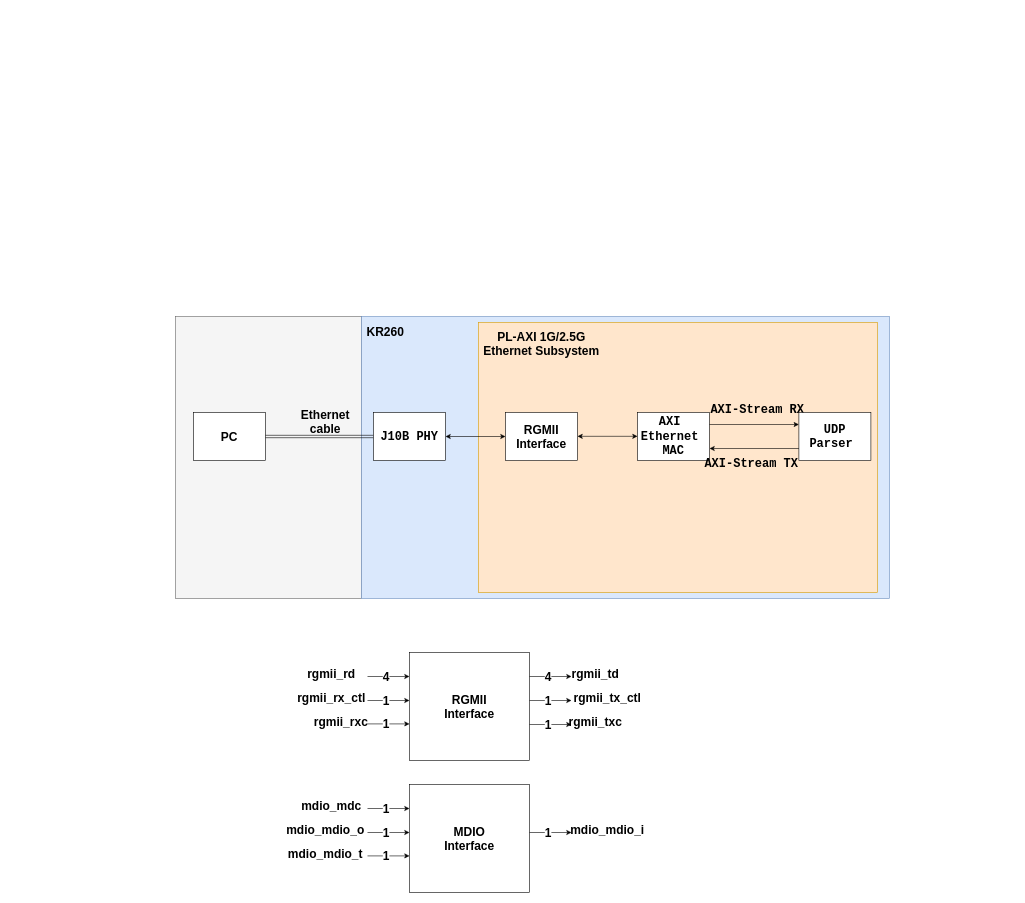
The draw.io diagram PL Ethernet/03_udp_parser_in_pl/system architecture/03_udp_parser_in_pl.drawio in huynhnguyen107/INTERFACE, before the edit. Source tidied: cells renumbered, new cells numbered last; positions are measured from the earlier drawing's top-left corner, leaving out a move shared by most shapes. Both pictures are drawn from the tidied source at 60%, with x=0, y=0 at pixel (175, 316).
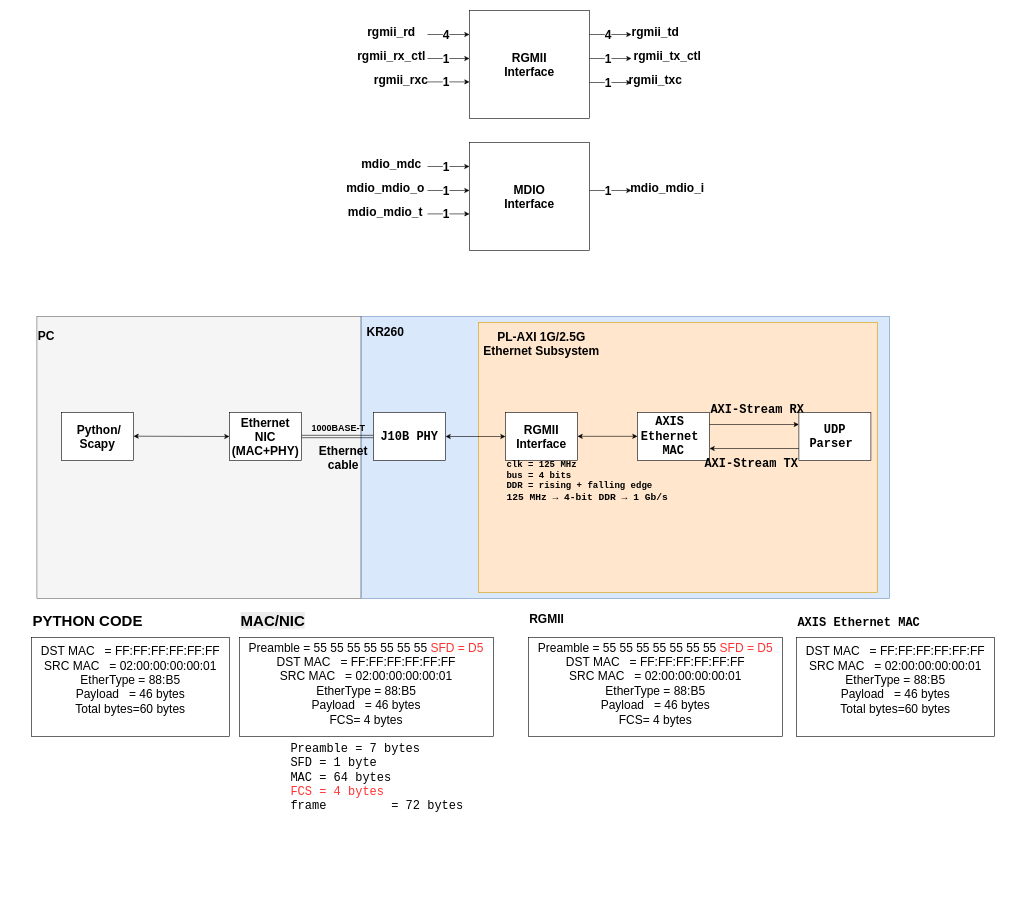
After the change.

The change refers to these unchanged cells:
```xml
<mxCell id="9" value="&lt;pre dir=&quot;ltr&quot;&gt;&lt;code&gt;&lt;b&gt;&lt;font style=&quot;font-size: 20px;&quot;&gt;J10B PHY&lt;/font&gt;&lt;/b&gt;&lt;/code&gt;&lt;/pre&gt;" style="rounded=0;whiteSpace=wrap;html=1;" parent="1" vertex="1">
  <mxGeometry x="330" y="160" width="120" height="80" as="geometry" />
</mxCell>
```

Change to the diagram source:
```diff
@@
     <mxCell id="2" style="rounded=0;whiteSpace=wrap;html=1;fillColor=#f5f5f5;strokeColor=#666666;fontColor=#333333;" parent="1" vertex="1">
-      <mxGeometry width="310" height="470" as="geometry" />
+      <mxGeometry x="-231" width="540" height="470" as="geometry" />
     </mxCell>
@@
-    <mxCell id="5" value="&lt;b&gt;&lt;font style=&quot;font-size: 20px;&quot;&gt;PC&lt;/font&gt;&lt;/b&gt;" style="rounded=0;whiteSpace=wrap;html=1;" parent="1" vertex="1">
-      <mxGeometry x="30" y="160" width="120" height="80" as="geometry" />
+    <mxCell id="5" value="&lt;b style=&quot;font-size: 20px;&quot;&gt;&amp;nbsp;Python/&lt;/b&gt;&lt;div&gt;&lt;b style=&quot;font-size: 20px;&quot;&gt;Scapy&lt;/b&gt;&lt;/div&gt;" style="rounded=0;whiteSpace=wrap;html=1;" parent="1" vertex="1">
+      <mxGeometry x="-190" y="160" width="120" height="80" as="geometry" />
     </mxCell>
-    <mxCell id="6" style="shape=link;html=1;rounded=0;entryX=0;entryY=0.5;entryDx=0;entryDy=0;exitX=1;exitY=0.5;exitDx=0;exitDy=0;" parent="1" edge="1" source="5" target="9">
+    <mxCell id="6" style="shape=link;html=1;rounded=0;entryX=0;entryY=0.5;entryDx=0;entryDy=0;exitX=1;exitY=0.5;exitDx=0;exitDy=0;" parent="1" edge="1" source="59" target="9">
       <mxGeometry relative="1" as="geometry" />
     </mxCell>
@@
-    <mxCell id="8" value="&lt;pre dir=&quot;ltr&quot;&gt;&lt;code&gt;&lt;b&gt;&lt;font style=&quot;font-size: 20px;&quot;&gt;AXI &lt;br&gt;Ethernet &lt;br&gt;MAC&lt;/font&gt;&lt;/b&gt;&lt;/code&gt;&lt;/pre&gt;" style="rounded=0;whiteSpace=wrap;html=1;" parent="1" vertex="1">
+    <mxCell id="8" value="&lt;pre dir=&quot;ltr&quot;&gt;&lt;code&gt;&lt;b&gt;&lt;font style=&quot;font-size: 20px;&quot;&gt;AXIS &lt;br&gt;Ethernet &lt;br&gt;MAC&lt;/font&gt;&lt;/b&gt;&lt;/code&gt;&lt;/pre&gt;" style="rounded=0;whiteSpace=wrap;html=1;" parent="1" vertex="1">
       <mxGeometry x="770" y="160" width="120" height="80" as="geometry" />
     </mxCell>
@@
     <mxCell id="13" value="&lt;b&gt;&lt;font style=&quot;font-size: 20px;&quot;&gt;Ethernet cable&lt;/font&gt;&lt;/b&gt;" style="text;html=1;whiteSpace=wrap;strokeColor=none;fillColor=none;align=center;verticalAlign=middle;rounded=0;" parent="1" vertex="1">
-      <mxGeometry x="220" y="160" width="60" height="30" as="geometry" />
+      <mxGeometry x="230" y="220" width="100" height="30" as="geometry" />
     </mxCell>
@@
     <mxCell id="20" value="&lt;b style=&quot;&quot;&gt;&lt;font style=&quot;font-size: 20px;&quot;&gt;RGMII&lt;/font&gt;&lt;/b&gt;&lt;div&gt;&lt;span style=&quot;font-size: 20px;&quot;&gt;&lt;b&gt;Interface&lt;/b&gt;&lt;/span&gt;&lt;/div&gt;" style="rounded=0;whiteSpace=wrap;html=1;" parent="1" vertex="1">
-      <mxGeometry x="390" y="560" width="200" height="180" as="geometry" />
+      <mxGeometry x="490" y="-510" width="200" height="180" as="geometry" />
     </mxCell>
     <mxCell id="21" style="endArrow=classic;html=1;rounded=0;" parent="1" edge="1">
       <mxGeometry relative="1" as="geometry">
-        <mxPoint x="590" y="600" as="sourcePoint" />
-        <mxPoint x="660" y="600" as="targetPoint" />
+        <mxPoint x="690" y="-470" as="sourcePoint" />
+        <mxPoint x="760" y="-470" as="targetPoint" />
       </mxGeometry>
     </mxCell>
@@
     <mxCell id="23" value="&lt;b&gt;&lt;font style=&quot;font-size: 20px;&quot;&gt;rgmii_td&lt;/font&gt;&lt;/b&gt;" style="text;html=1;whiteSpace=wrap;strokeColor=none;fillColor=none;align=center;verticalAlign=middle;rounded=0;" parent="1" vertex="1">
-      <mxGeometry x="670" y="580" width="60" height="30" as="geometry" />
+      <mxGeometry x="770" y="-490" width="60" height="30" as="geometry" />
     </mxCell>
     <mxCell id="24" style="endArrow=classic;html=1;rounded=0;" parent="1" edge="1">
       <mxGeometry relative="1" as="geometry">
-        <mxPoint x="590" y="640" as="sourcePoint" />
-        <mxPoint x="660" y="640" as="targetPoint" />
+        <mxPoint x="690" y="-430" as="sourcePoint" />
+        <mxPoint x="760" y="-430" as="targetPoint" />
       </mxGeometry>
     </mxCell>
@@
     <mxCell id="26" value="&lt;b&gt;&lt;font style=&quot;font-size: 20px;&quot;&gt;rgmii_tx_ctl&lt;/font&gt;&lt;/b&gt;" style="text;html=1;whiteSpace=wrap;strokeColor=none;fillColor=none;align=center;verticalAlign=middle;rounded=0;" parent="1" vertex="1">
-      <mxGeometry x="690" y="620" width="60" height="30" as="geometry" />
+      <mxGeometry x="790" y="-450" width="60" height="30" as="geometry" />
     </mxCell>
     <mxCell id="27" style="endArrow=classic;html=1;rounded=0;" parent="1" edge="1">
       <mxGeometry relative="1" as="geometry">
-        <mxPoint x="590" y="680" as="sourcePoint" />
-        <mxPoint x="660" y="680" as="targetPoint" />
+        <mxPoint x="690" y="-390" as="sourcePoint" />
+        <mxPoint x="760" y="-390" as="targetPoint" />
       </mxGeometry>
     </mxCell>
@@
     <mxCell id="29" value="&lt;b&gt;&lt;font style=&quot;font-size: 20px;&quot;&gt;rgmii_txc&lt;/font&gt;&lt;/b&gt;" style="text;html=1;whiteSpace=wrap;strokeColor=none;fillColor=none;align=center;verticalAlign=middle;rounded=0;" parent="1" vertex="1">
-      <mxGeometry x="670" y="660" width="60" height="30" as="geometry" />
+      <mxGeometry x="770" y="-410" width="60" height="30" as="geometry" />
     </mxCell>
     <mxCell id="30" style="endArrow=classic;html=1;rounded=0;" parent="1" edge="1">
       <mxGeometry relative="1" as="geometry">
-        <mxPoint x="320" y="679" as="sourcePoint" />
-        <mxPoint x="390" y="679" as="targetPoint" />
+        <mxPoint x="420" y="-391" as="sourcePoint" />
+        <mxPoint x="490" y="-391" as="targetPoint" />
       </mxGeometry>
     </mxCell>
@@
     <mxCell id="32" value="&lt;b&gt;&lt;font style=&quot;font-size: 20px;&quot;&gt;rgmii_rxc&lt;/font&gt;&lt;/b&gt;" style="text;html=1;whiteSpace=wrap;strokeColor=none;fillColor=none;align=center;verticalAlign=middle;rounded=0;" parent="1" vertex="1">
-      <mxGeometry x="246" y="660" width="60" height="30" as="geometry" />
+      <mxGeometry x="346" y="-410" width="60" height="30" as="geometry" />
     </mxCell>
     <mxCell id="33" style="endArrow=classic;html=1;rounded=0;" parent="1" edge="1">
       <mxGeometry relative="1" as="geometry">
-        <mxPoint x="320" y="640" as="sourcePoint" />
-        <mxPoint x="390" y="640" as="targetPoint" />
+        <mxPoint x="420" y="-430" as="sourcePoint" />
+        <mxPoint x="490" y="-430" as="targetPoint" />
       </mxGeometry>
     </mxCell>
@@
     <mxCell id="35" value="&lt;b&gt;&lt;font style=&quot;font-size: 20px;&quot;&gt;rgmii_rx_ctl&lt;/font&gt;&lt;/b&gt;" style="text;html=1;whiteSpace=wrap;strokeColor=none;fillColor=none;align=center;verticalAlign=middle;rounded=0;" parent="1" vertex="1">
-      <mxGeometry x="230" y="620" width="60" height="30" as="geometry" />
+      <mxGeometry x="330" y="-450" width="60" height="30" as="geometry" />
     </mxCell>
     <mxCell id="36" style="endArrow=classic;html=1;rounded=0;" parent="1" edge="1">
       <mxGeometry relative="1" as="geometry">
-        <mxPoint x="320" y="600" as="sourcePoint" />
-        <mxPoint x="390" y="600" as="targetPoint" />
+        <mxPoint x="420" y="-470" as="sourcePoint" />
+        <mxPoint x="490" y="-470" as="targetPoint" />
       </mxGeometry>
     </mxCell>
@@
     <mxCell id="38" value="&lt;b&gt;&lt;font style=&quot;font-size: 20px;&quot;&gt;rgmii_rd&lt;/font&gt;&lt;/b&gt;" style="text;html=1;whiteSpace=wrap;strokeColor=none;fillColor=none;align=center;verticalAlign=middle;rounded=0;" parent="1" vertex="1">
-      <mxGeometry x="230" y="580" width="60" height="30" as="geometry" />
+      <mxGeometry x="330" y="-490" width="60" height="30" as="geometry" />
     </mxCell>
     <mxCell id="39" value="&lt;b style=&quot;&quot;&gt;&lt;font style=&quot;font-size: 20px;&quot;&gt;MDIO&lt;/font&gt;&lt;/b&gt;&lt;div&gt;&lt;span style=&quot;font-size: 20px;&quot;&gt;&lt;b&gt;Interface&lt;/b&gt;&lt;/span&gt;&lt;/div&gt;" style="rounded=0;whiteSpace=wrap;html=1;" parent="1" vertex="1">
-      <mxGeometry x="390" y="780" width="200" height="180" as="geometry" />
+      <mxGeometry x="490" y="-290" width="200" height="180" as="geometry" />
     </mxCell>
     <mxCell id="40" style="endArrow=classic;html=1;rounded=0;" parent="1" edge="1">
       <mxGeometry relative="1" as="geometry">
-        <mxPoint x="590" y="860" as="sourcePoint" />
-        <mxPoint x="660" y="860" as="targetPoint" />
+        <mxPoint x="690" y="-210" as="sourcePoint" />
+        <mxPoint x="760" y="-210" as="targetPoint" />
       </mxGeometry>
     </mxCell>
@@
     <mxCell id="42" value="&lt;b&gt;&lt;font style=&quot;font-size: 20px;&quot;&gt;mdio_mdio_i&lt;/font&gt;&lt;/b&gt;" style="text;html=1;whiteSpace=wrap;strokeColor=none;fillColor=none;align=center;verticalAlign=middle;rounded=0;" parent="1" vertex="1">
-      <mxGeometry x="690" y="840" width="60" height="30" as="geometry" />
+      <mxGeometry x="790" y="-230" width="60" height="30" as="geometry" />
     </mxCell>
     <mxCell id="43" style="endArrow=classic;html=1;rounded=0;" parent="1" edge="1">
       <mxGeometry relative="1" as="geometry">
-        <mxPoint x="320" y="899" as="sourcePoint" />
-        <mxPoint x="390" y="899" as="targetPoint" />
+        <mxPoint x="420" y="-171" as="sourcePoint" />
+        <mxPoint x="490" y="-171" as="targetPoint" />
       </mxGeometry>
     </mxCell>
@@
     <mxCell id="45" value="&lt;b&gt;&lt;font style=&quot;font-size: 20px;&quot;&gt;mdio_mdio_t&lt;/font&gt;&lt;/b&gt;" style="text;html=1;whiteSpace=wrap;strokeColor=none;fillColor=none;align=center;verticalAlign=middle;rounded=0;" parent="1" vertex="1">
-      <mxGeometry x="220" y="880" width="60" height="30" as="geometry" />
+      <mxGeometry x="320" y="-190" width="60" height="30" as="geometry" />
     </mxCell>
     <mxCell id="46" style="endArrow=classic;html=1;rounded=0;" parent="1" edge="1">
       <mxGeometry relative="1" as="geometry">
-        <mxPoint x="320" y="860" as="sourcePoint" />
-        <mxPoint x="390" y="860" as="targetPoint" />
+        <mxPoint x="420" y="-210" as="sourcePoint" />
+        <mxPoint x="490" y="-210" as="targetPoint" />
       </mxGeometry>
     </mxCell>
@@
     <mxCell id="48" value="&lt;b&gt;&lt;font style=&quot;font-size: 20px;&quot;&gt;mdio_mdio_o&lt;/font&gt;&lt;/b&gt;" style="text;html=1;whiteSpace=wrap;strokeColor=none;fillColor=none;align=center;verticalAlign=middle;rounded=0;" parent="1" vertex="1">
-      <mxGeometry x="220" y="840" width="60" height="30" as="geometry" />
+      <mxGeometry x="320" y="-230" width="60" height="30" as="geometry" />
     </mxCell>
     <mxCell id="49" style="endArrow=classic;html=1;rounded=0;" parent="1" edge="1">
       <mxGeometry relative="1" as="geometry">
-        <mxPoint x="320" y="820" as="sourcePoint" />
-        <mxPoint x="390" y="820" as="targetPoint" />
+        <mxPoint x="420" y="-250" as="sourcePoint" />
+        <mxPoint x="490" y="-250" as="targetPoint" />
       </mxGeometry>
     </mxCell>
@@
     <mxCell id="51" value="&lt;b&gt;&lt;font style=&quot;font-size: 20px;&quot;&gt;mdio_mdc&lt;/font&gt;&lt;/b&gt;" style="text;html=1;whiteSpace=wrap;strokeColor=none;fillColor=none;align=center;verticalAlign=middle;rounded=0;" parent="1" vertex="1">
-      <mxGeometry x="230" y="800" width="60" height="30" as="geometry" />
+      <mxGeometry x="330" y="-270" width="60" height="30" as="geometry" />
     </mxCell>
+    <mxCell id="52" style="rounded=0;whiteSpace=wrap;html=1;" parent="1" vertex="1">
+      <mxGeometry x="106.5" y="535" width="423.5" height="165" as="geometry" />
+    </mxCell>
+    <mxCell id="53" style="rounded=0;whiteSpace=wrap;html=1;" parent="1" vertex="1">
+      <mxGeometry x="-240" y="535" width="330" height="165" as="geometry" />
+    </mxCell>
+    <mxCell id="54" value="&lt;div&gt;&lt;font style=&quot;font-size: 20px;&quot;&gt;DST MAC&amp;nbsp; &amp;nbsp;= FF:FF:FF:FF:FF:FF&lt;/font&gt;&lt;/div&gt;&lt;div&gt;&lt;font style=&quot;font-size: 20px;&quot;&gt;SRC MAC&amp;nbsp; &amp;nbsp;= 02:00:00:00:00:01&lt;/font&gt;&lt;/div&gt;&lt;div&gt;&lt;font style=&quot;font-size: 20px;&quot;&gt;EtherType = 88:B5&lt;/font&gt;&lt;/div&gt;&lt;div&gt;&lt;font style=&quot;font-size: 20px;&quot;&gt;Payload&amp;nbsp; &amp;nbsp;= 46 bytes&lt;/font&gt;&lt;/div&gt;&lt;div&gt;&lt;font style=&quot;font-size: 20px;&quot;&gt;Total bytes=60 bytes&lt;/font&gt;&lt;/div&gt;" style="text;html=1;whiteSpace=wrap;strokeColor=none;fillColor=none;align=center;verticalAlign=middle;rounded=0;" parent="1" vertex="1">
+      <mxGeometry x="-275" y="590" width="400" height="30" as="geometry" />
+    </mxCell>
+    <mxCell id="55" value="&lt;div&gt;&lt;font style=&quot;font-size: 20px;&quot;&gt;&lt;font style=&quot;&quot;&gt;&lt;span style=&quot;background-color: transparent; color: light-dark(rgb(0, 0, 0), rgb(255, 255, 255));&quot;&gt;Preamble = 55 55 55 55 55 55 55&amp;nbsp;&lt;/span&gt;&lt;/font&gt;&lt;span style=&quot;background-color: transparent; color: light-dark(rgb(255, 51, 51), rgb(255, 255, 255));&quot;&gt;SFD      = D5&lt;/span&gt;&lt;/font&gt;&lt;/div&gt;&lt;div&gt;&lt;font style=&quot;font-size: 20px;&quot;&gt;DST MAC&amp;nbsp; &amp;nbsp;= FF:FF:FF:FF:FF:FF&lt;/font&gt;&lt;/div&gt;&lt;div&gt;&lt;font style=&quot;font-size: 20px;&quot;&gt;SRC MAC&amp;nbsp; &amp;nbsp;= 02:00:00:00:00:01&lt;/font&gt;&lt;/div&gt;&lt;div&gt;&lt;font style=&quot;font-size: 20px;&quot;&gt;EtherType = 88:B5&lt;/font&gt;&lt;/div&gt;&lt;div&gt;&lt;font style=&quot;font-size: 20px;&quot;&gt;Payload&amp;nbsp; &amp;nbsp;= 46 bytes&lt;/font&gt;&lt;/div&gt;&lt;div&gt;&lt;span style=&quot;font-size: 20px; background-color: transparent; color: light-dark(rgb(0, 0, 0), rgb(255, 255, 255));&quot;&gt;FCS= 4 bytes&lt;/span&gt;&lt;/div&gt;" style="text;html=1;whiteSpace=wrap;strokeColor=none;fillColor=none;align=center;verticalAlign=middle;rounded=0;" parent="1" vertex="1">
+      <mxGeometry x="118.2" y="596" width="400" height="30" as="geometry" />
+    </mxCell>
+    <mxCell id="56" value="&lt;b style=&quot;forced-color-adjust: none; color: light-dark(rgb(0, 0, 0), rgb(237, 237, 237)); font-family: Helvetica; font-style: normal; font-variant-ligatures: normal; font-variant-caps: normal; letter-spacing: normal; orphans: 2; text-indent: 0px; text-transform: none; widows: 2; word-spacing: 0px; -webkit-text-stroke-width: 0px; white-space: normal; text-decoration-thickness: initial; text-decoration-style: initial; text-decoration-color: initial; font-size: 25px; text-align: center; background-color: light-dark(rgb(236, 236, 236), rgb(34, 34, 34));&quot;&gt;MAC/NIC&lt;/b&gt;" style="text;whiteSpace=wrap;html=1;" parent="1" vertex="1">
+      <mxGeometry x="106.5" y="485" width="170" height="50" as="geometry" />
+    </mxCell>
+    <mxCell id="57" value="&lt;b style=&quot;forced-color-adjust: none; color: light-dark(rgb(0, 0, 0), rgb(237, 237, 237)); font-family: Helvetica; font-style: normal; font-variant-ligatures: normal; font-variant-caps: normal; letter-spacing: normal; orphans: 2; text-indent: 0px; text-transform: none; widows: 2; word-spacing: 0px; -webkit-text-stroke-width: 0px; white-space: normal; text-decoration-thickness: initial; text-decoration-style: initial; text-decoration-color: initial; font-size: 25px; text-align: center;&quot;&gt;PYTHON CODE&lt;/b&gt;" style="text;whiteSpace=wrap;html=1;" parent="1" vertex="1">
+      <mxGeometry x="-240" y="485" width="235" height="50" as="geometry" />
+    </mxCell>
+    <mxCell id="58" value="&lt;pre dir=&quot;ltr&quot;&gt;&lt;code&gt;&lt;font style=&quot;font-size: 20px;&quot;&gt;Preamble = 7 bytes&lt;br&gt;SFD = 1 byte&lt;br&gt;MAC = 64 bytes&lt;br&gt;&lt;span style=&quot;color: rgb(255, 51, 51);&quot;&gt;FCS = 4 bytes&lt;/span&gt;&lt;br&gt;frame         = 72 bytes&lt;/font&gt;&lt;/code&gt;&lt;/pre&gt;" style="text;whiteSpace=wrap;html=1;" parent="1" vertex="1">
+      <mxGeometry x="190" y="690" width="270" height="90" as="geometry" />
+    </mxCell>
+    <mxCell id="59" value="&lt;span style=&quot;font-size: 20px;&quot;&gt;&lt;b&gt;Ethernet NIC&lt;/b&gt;&lt;/span&gt;&lt;div&gt;&lt;span style=&quot;font-size: 20px;&quot;&gt;&lt;b&gt;(MAC+PHY)&lt;/b&gt;&lt;/span&gt;&lt;/div&gt;" style="rounded=0;whiteSpace=wrap;html=1;" parent="1" vertex="1">
+      <mxGeometry x="90" y="160" width="120" height="80" as="geometry" />
+    </mxCell>
+    <mxCell id="60" style="endArrow=classic;startArrow=classic;html=1;rounded=0;" parent="1" edge="1">
+      <mxGeometry relative="1" as="geometry">
+        <mxPoint x="-70" y="199.5" as="sourcePoint" />
+        <mxPoint x="90" y="200" as="targetPoint" />
+      </mxGeometry>
+    </mxCell>
+    <mxCell id="61" value="&lt;span&gt;&lt;br style=&quot;forced-color-adjust: none; color: rgb(51, 51, 51); font-family: Helvetica; font-size: 12px; font-style: normal; font-variant-ligatures: normal; font-variant-caps: normal; font-weight: 400; letter-spacing: normal; orphans: 2; text-align: center; text-indent: 0px; text-transform: none; widows: 2; word-spacing: 0px; -webkit-text-stroke-width: 0px; white-space: normal; text-decoration-thickness: initial; text-decoration-style: initial; text-decoration-color: initial;&quot;&gt;&lt;b style=&quot;forced-color-adjust: none; font-family: Helvetica; font-size: 12px; font-style: normal; font-variant-ligatures: normal; font-variant-caps: normal; letter-spacing: normal; orphans: 2; text-align: center; text-indent: 0px; text-transform: none; widows: 2; word-spacing: 0px; -webkit-text-stroke-width: 0px; white-space: normal; text-decoration-thickness: initial; text-decoration-style: initial; text-decoration-color: initial; color: light-dark(rgb(0, 0, 0), rgb(237, 237, 237));&quot;&gt;&lt;font style=&quot;forced-color-adjust: none; font-size: 20px;&quot;&gt;PC&lt;/font&gt;&lt;/b&gt;&lt;/span&gt;" style="text;whiteSpace=wrap;html=1;" parent="1" vertex="1">
+      <mxGeometry x="-231" width="60" height="60" as="geometry" />
+    </mxCell>
+    <mxCell id="62" value="&lt;span&gt; &lt;/span&gt;&lt;font style=&quot;font-size: 15px;&quot;&gt;&lt;strong style=&quot;&quot;&gt;1000BASE-T&lt;/strong&gt;&lt;/font&gt;" style="text;whiteSpace=wrap;html=1;" parent="1" vertex="1">
+      <mxGeometry x="225" y="170" width="110" height="40" as="geometry" />
+    </mxCell>
+    <mxCell id="63" value="&lt;pre dir=&quot;ltr&quot;&gt;&lt;code&gt;&lt;font style=&quot;font-size: 15px;&quot;&gt;&lt;b&gt;clk = 125 MHz&lt;br&gt;bus = 4 bits&lt;br&gt;DDR = rising + falling edge&lt;br&gt;&lt;/b&gt;&lt;/font&gt;&lt;/code&gt;&lt;font style=&quot;font-size: 16px;&quot;&gt;&lt;b&gt;125 MHz → 4-bit DDR → 1 Gb/s&lt;/b&gt;&lt;/font&gt;&lt;/pre&gt;" style="text;whiteSpace=wrap;html=1;" parent="1" vertex="1">
+      <mxGeometry x="550" y="220" width="220" height="90" as="geometry" />
+    </mxCell>
+    <mxCell id="64" style="rounded=0;whiteSpace=wrap;html=1;" parent="1" vertex="1">
+      <mxGeometry x="588.2" y="535" width="423.5" height="165" as="geometry" />
+    </mxCell>
+    <mxCell id="65" value="&lt;div&gt;&lt;font style=&quot;font-size: 20px;&quot;&gt;&lt;font style=&quot;&quot;&gt;&lt;span style=&quot;background-color: transparent; color: light-dark(rgb(0, 0, 0), rgb(255, 255, 255));&quot;&gt;Preamble = 55 55 55 55 55 55 55&amp;nbsp;&lt;/span&gt;&lt;/font&gt;&lt;span style=&quot;background-color: transparent; color: light-dark(rgb(255, 51, 51), rgb(255, 255, 255));&quot;&gt;SFD      = D5&lt;/span&gt;&lt;/font&gt;&lt;/div&gt;&lt;div&gt;&lt;font style=&quot;font-size: 20px;&quot;&gt;DST MAC&amp;nbsp; &amp;nbsp;= FF:FF:FF:FF:FF:FF&lt;/font&gt;&lt;/div&gt;&lt;div&gt;&lt;font style=&quot;font-size: 20px;&quot;&gt;SRC MAC&amp;nbsp; &amp;nbsp;= 02:00:00:00:00:01&lt;/font&gt;&lt;/div&gt;&lt;div&gt;&lt;font style=&quot;font-size: 20px;&quot;&gt;EtherType = 88:B5&lt;/font&gt;&lt;/div&gt;&lt;div&gt;&lt;font style=&quot;font-size: 20px;&quot;&gt;Payload&amp;nbsp; &amp;nbsp;= 46 bytes&lt;/font&gt;&lt;/div&gt;&lt;div&gt;&lt;span style=&quot;font-size: 20px; background-color: transparent; color: light-dark(rgb(0, 0, 0), rgb(255, 255, 255));&quot;&gt;FCS= 4 bytes&lt;/span&gt;&lt;/div&gt;" style="text;html=1;whiteSpace=wrap;strokeColor=none;fillColor=none;align=center;verticalAlign=middle;rounded=0;" parent="1" vertex="1">
+      <mxGeometry x="600" y="596" width="400" height="30" as="geometry" />
+    </mxCell>
+    <mxCell id="66" value="&lt;b style=&quot;text-align: center;&quot;&gt;&lt;font style=&quot;font-size: 20px;&quot;&gt;RGMII&lt;/font&gt;&lt;/b&gt;" style="text;whiteSpace=wrap;html=1;" parent="1" vertex="1">
+      <mxGeometry x="588.2" y="485" width="170" height="50" as="geometry" />
+    </mxCell>
+    <mxCell id="67" style="rounded=0;whiteSpace=wrap;html=1;" parent="1" vertex="1">
+      <mxGeometry x="1035" y="535" width="330" height="165" as="geometry" />
+    </mxCell>
+    <mxCell id="68" value="&lt;div&gt;&lt;font style=&quot;font-size: 20px;&quot;&gt;DST MAC&amp;nbsp; &amp;nbsp;= FF:FF:FF:FF:FF:FF&lt;/font&gt;&lt;/div&gt;&lt;div&gt;&lt;font style=&quot;font-size: 20px;&quot;&gt;SRC MAC&amp;nbsp; &amp;nbsp;= 02:00:00:00:00:01&lt;/font&gt;&lt;/div&gt;&lt;div&gt;&lt;font style=&quot;font-size: 20px;&quot;&gt;EtherType = 88:B5&lt;/font&gt;&lt;/div&gt;&lt;div&gt;&lt;font style=&quot;font-size: 20px;&quot;&gt;Payload&amp;nbsp; &amp;nbsp;= 46 bytes&lt;/font&gt;&lt;/div&gt;&lt;div&gt;&lt;font style=&quot;font-size: 20px;&quot;&gt;Total bytes=60 bytes&lt;/font&gt;&lt;/div&gt;" style="text;html=1;whiteSpace=wrap;strokeColor=none;fillColor=none;align=center;verticalAlign=middle;rounded=0;" parent="1" vertex="1">
+      <mxGeometry x="1000" y="590" width="400" height="30" as="geometry" />
+    </mxCell>
+    <mxCell id="69" value="&lt;pre dir=&quot;ltr&quot; style=&quot;forced-color-adjust: none; color: rgb(0, 0, 0); font-size: 12px; font-style: normal; font-variant-ligatures: normal; font-variant-caps: normal; font-weight: 400; letter-spacing: normal; orphans: 2; text-align: center; text-indent: 0px; text-transform: none; widows: 2; word-spacing: 0px; -webkit-text-stroke-width: 0px; text-decoration-thickness: initial; text-decoration-style: initial; text-decoration-color: initial;&quot;&gt;&lt;code style=&quot;forced-color-adjust: none;&quot;&gt;&lt;b style=&quot;forced-color-adjust: none;&quot;&gt;&lt;font style=&quot;forced-color-adjust: none; font-size: 20px;&quot;&gt;AXIS Ethernet MAC&lt;/font&gt;&lt;/b&gt;&lt;/code&gt;&lt;/pre&gt;" style="text;whiteSpace=wrap;html=1;" parent="1" vertex="1">
+      <mxGeometry x="1035" y="480" width="190" height="50" as="geometry" />
+    </mxCell>
```
